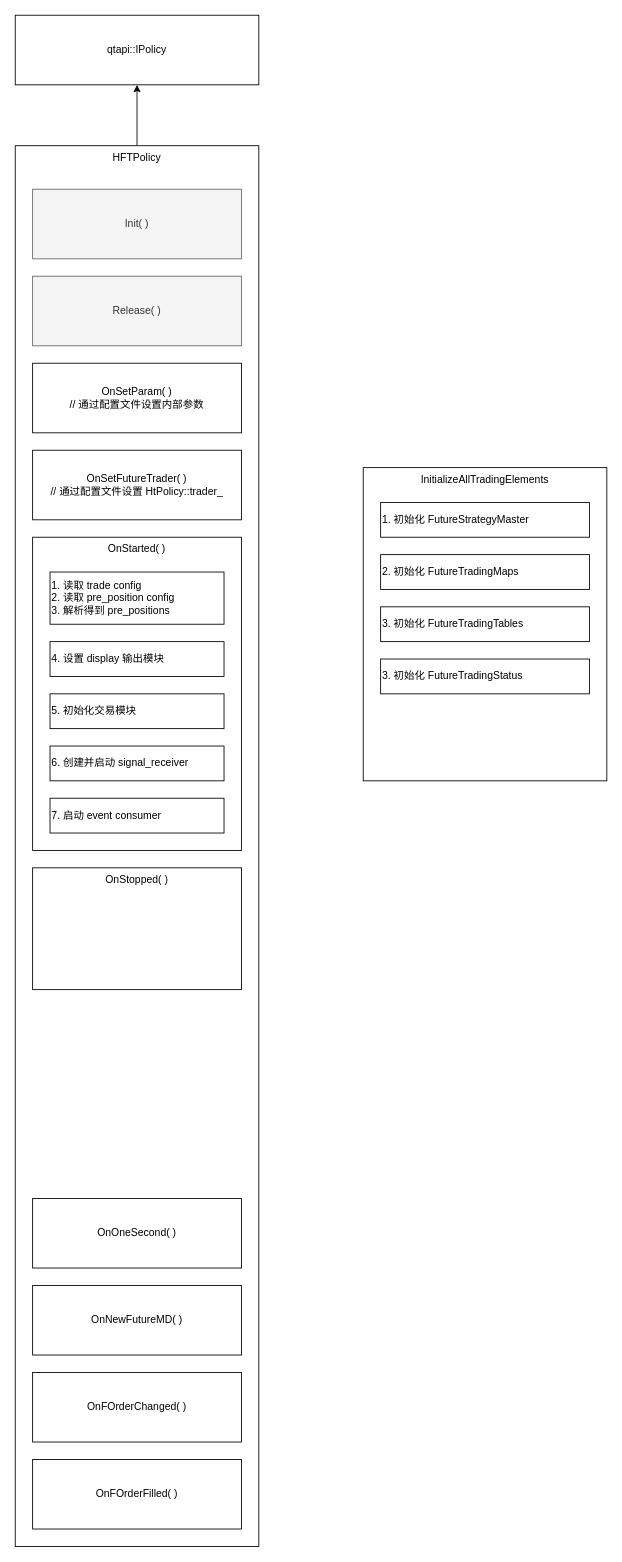
Before: HFTPolicy.drawio in zhaxd123/drawio, a draw.io diagram. Source tidied: cells renumbered, new cells numbered last; positions are measured from the earlier drawing's top-left corner, leaving out a move shared by most shapes. Both pictures are drawn from the tidied source at 87%, with x=0, y=0 at pixel (15, 15).
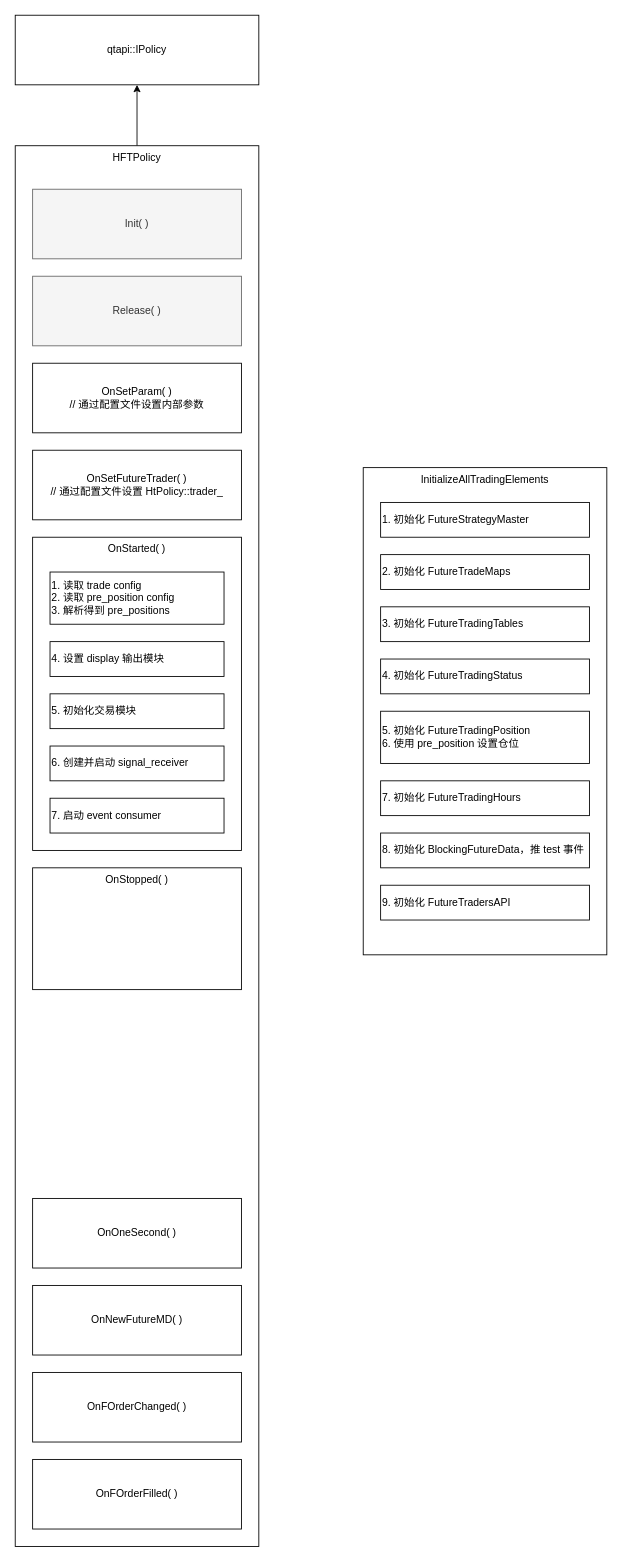
Above is the later version.

What changed in the source:
```diff
@@
     <mxCell id="20" value="InitializeAllTradingElements" style="rounded=0;whiteSpace=wrap;html=1;align=center;verticalAlign=top;" parent="1" vertex="1">
-      <mxGeometry x="400" y="520" width="280" height="360" as="geometry" />
+      <mxGeometry x="400" y="520" width="280" height="560" as="geometry" />
     </mxCell>
@@
-    <mxCell id="22" value="2. 初始化 FutureTradingMaps" style="rounded=0;whiteSpace=wrap;html=1;align=left;" parent="1" vertex="1">
+    <mxCell id="22" value="2. 初始化 FutureTradeMaps" style="rounded=0;whiteSpace=wrap;html=1;align=left;" parent="1" vertex="1">
       <mxGeometry x="420" y="620" width="240" height="40" as="geometry" />
     </mxCell>
@@
-    <mxCell id="24" value="3. 初始化 FutureTradingStatus" style="rounded=0;whiteSpace=wrap;html=1;align=left;" parent="1" vertex="1">
+    <mxCell id="24" value="4. 初始化 FutureTradingStatus" style="rounded=0;whiteSpace=wrap;html=1;align=left;" parent="1" vertex="1">
       <mxGeometry x="420" y="740" width="240" height="40" as="geometry" />
     </mxCell>
+    <mxCell id="25" value="5. 初始化 FutureTradingPosition&lt;div&gt;6. 使用 pre_position 设置仓位&lt;br&gt;&lt;/div&gt;" style="rounded=0;whiteSpace=wrap;html=1;align=left;" parent="1" vertex="1">
+      <mxGeometry x="420" y="800" width="240" height="60" as="geometry" />
+    </mxCell>
+    <mxCell id="26" value="&lt;div&gt;7. 初始化 FutureTradingHours&lt;/div&gt;" style="rounded=0;whiteSpace=wrap;html=1;align=left;" parent="1" vertex="1">
+      <mxGeometry x="420" y="880" width="240" height="40" as="geometry" />
+    </mxCell>
+    <mxCell id="27" value="&lt;div&gt;8. 初始化 BlockingFutureData，推 test 事件&lt;/div&gt;" style="rounded=0;whiteSpace=wrap;html=1;align=left;" parent="1" vertex="1">
+      <mxGeometry x="420" y="940" width="240" height="40" as="geometry" />
+    </mxCell>
+    <mxCell id="28" value="&lt;div&gt;9. 初始化 FutureTradersAPI&lt;/div&gt;" style="rounded=0;whiteSpace=wrap;html=1;align=left;" parent="1" vertex="1">
+      <mxGeometry x="420" y="1000" width="240" height="40" as="geometry" />
+    </mxCell>
```
